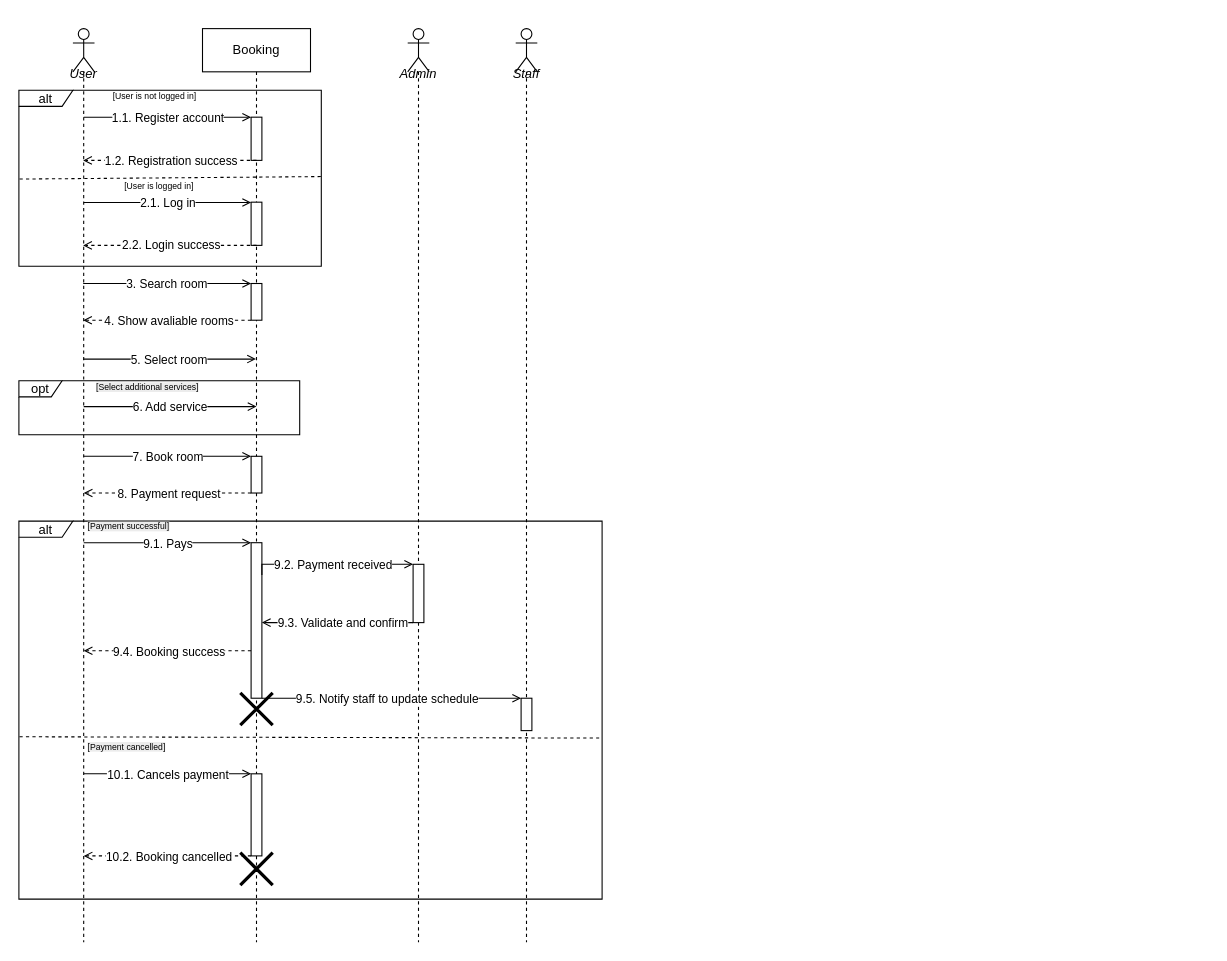
Before: Lab3/Sequence Diagram.drawio in M1RVKL/MavpoLabs, a draw.io diagram. Source tidied: cells renumbered, new cells numbered last; positions are measured from the earlier drawing's top-left corner, leaving out a move shared by most shapes. Both pictures are drawn from the tidied source at 108%, with x=0, y=0 at pixel (18, 28).
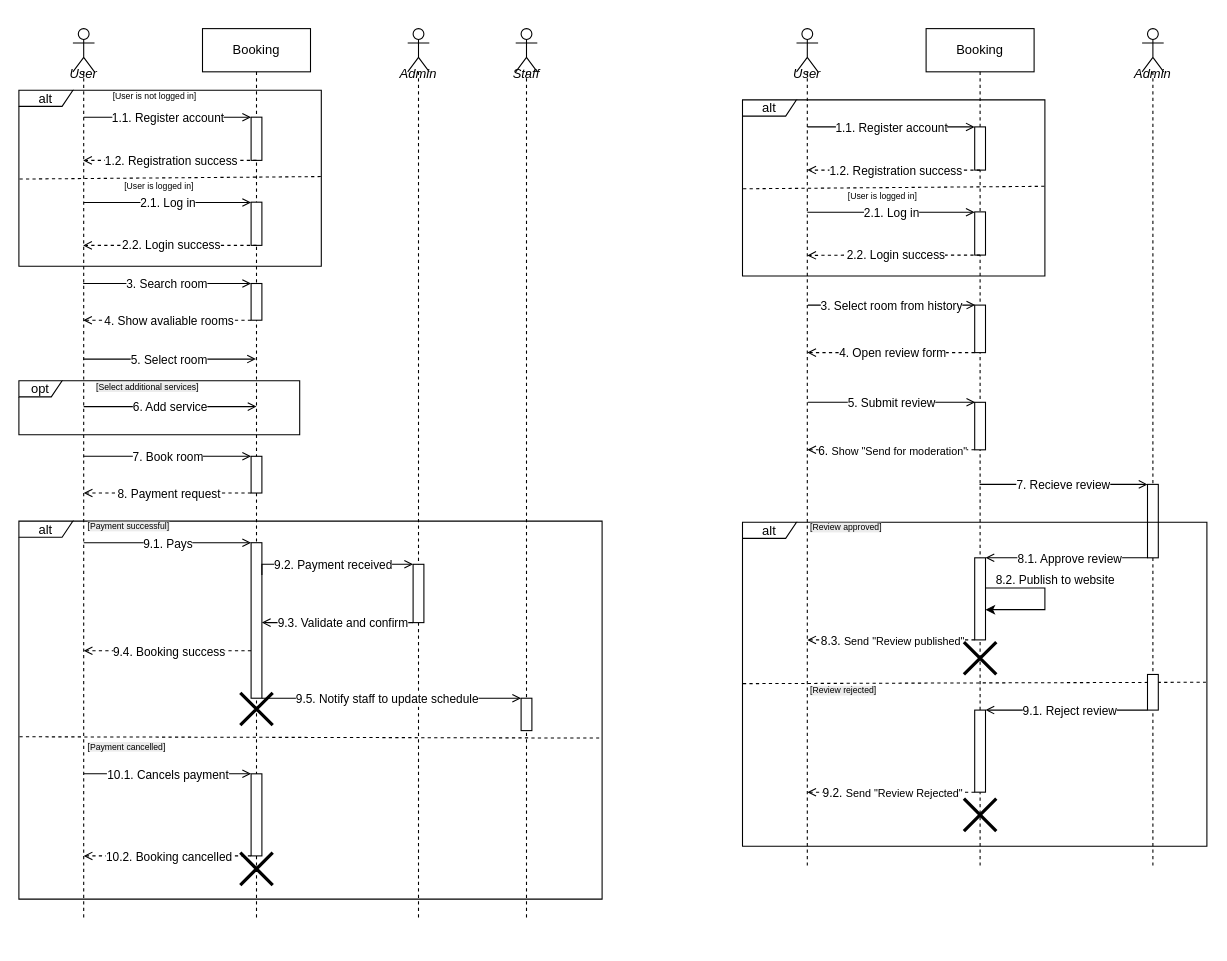
Above is the later version.

Commit message:
Review scenario added.drawio

Change to the diagram source:
```diff
@@
     <mxCell id="2" value="Booking" style="shape=umlLifeline;perimeter=lifelinePerimeter;whiteSpace=wrap;html=1;outlineConnect=0;portConstraint=eastwest;newEdgeStyle={&quot;curved&quot;:0,&quot;rounded&quot;:0};" parent="1" vertex="1">
-      <mxGeometry x="170" width="100" height="846" as="geometry" />
+      <mxGeometry x="170" width="100" height="826" as="geometry" />
     </mxCell>
@@
     <mxCell id="7" value="&lt;div&gt;&lt;br&gt;&lt;/div&gt;&lt;div&gt;&lt;br&gt;&lt;/div&gt;&lt;div&gt;&lt;br&gt;&lt;/div&gt;&lt;div style=&quot;&quot;&gt;&lt;span style=&quot;background-color: transparent; color: light-dark(rgb(0, 0, 0), rgb(255, 255, 255));&quot;&gt;&lt;i style=&quot;&quot;&gt;User&lt;/i&gt;&lt;/span&gt;&lt;/div&gt;" style="shape=umlLifeline;perimeter=lifelinePerimeter;whiteSpace=wrap;html=1;outlineConnect=0;portConstraint=eastwest;newEdgeStyle={&quot;curved&quot;:0,&quot;rounded&quot;:0};participant=umlActor;" parent="1" vertex="1">
-      <mxGeometry x="50" width="20" height="846" as="geometry" />
+      <mxGeometry x="50" width="20" height="826" as="geometry" />
     </mxCell>
     <mxCell id="8" value="&lt;div&gt;&lt;br&gt;&lt;/div&gt;&lt;div&gt;&lt;br&gt;&lt;/div&gt;&lt;div&gt;&lt;br&gt;&lt;/div&gt;&lt;i style=&quot;&quot;&gt;Admin&lt;/i&gt;" style="shape=umlLifeline;perimeter=lifelinePerimeter;whiteSpace=wrap;html=1;newEdgeStyle={&quot;curved&quot;:0,&quot;rounded&quot;:0};participant=umlActor;size=40;" parent="1" vertex="1">
-      <mxGeometry x="360" width="20" height="846" as="geometry" />
+      <mxGeometry x="360" width="20" height="826" as="geometry" />
     </mxCell>
@@
     <mxCell id="10" value="&lt;div&gt;&lt;br&gt;&lt;/div&gt;&lt;div&gt;&lt;br&gt;&lt;/div&gt;&lt;div&gt;&lt;br&gt;&lt;/div&gt;&lt;i style=&quot;&quot;&gt;Staff&lt;/i&gt;" style="shape=umlLifeline;perimeter=lifelinePerimeter;whiteSpace=wrap;html=1;newEdgeStyle={&quot;curved&quot;:0,&quot;rounded&quot;:0};participant=umlActor;size=40;" parent="1" vertex="1">
-      <mxGeometry x="460" width="20" height="846" as="geometry" />
+      <mxGeometry x="460" width="20" height="826" as="geometry" />
     </mxCell>
@@
+    <mxCell id="60" value="&lt;div&gt;&lt;br&gt;&lt;/div&gt;&lt;div&gt;&lt;br&gt;&lt;/div&gt;&lt;div&gt;&lt;br&gt;&lt;/div&gt;&lt;div style=&quot;&quot;&gt;&lt;span style=&quot;background-color: transparent; color: light-dark(rgb(0, 0, 0), rgb(255, 255, 255));&quot;&gt;&lt;i style=&quot;&quot;&gt;User&lt;/i&gt;&lt;/span&gt;&lt;/div&gt;" style="shape=umlLifeline;perimeter=lifelinePerimeter;whiteSpace=wrap;html=1;newEdgeStyle={&quot;curved&quot;:0,&quot;rounded&quot;:0};participant=umlActor;" parent="1" vertex="1">
+      <mxGeometry x="720" width="20" height="776" as="geometry" />
+    </mxCell>
+    <mxCell id="61" value="&lt;div&gt;&lt;br&gt;&lt;/div&gt;&lt;div&gt;&lt;br&gt;&lt;/div&gt;&lt;div&gt;&lt;br&gt;&lt;/div&gt;&lt;i style=&quot;&quot;&gt;Admin&lt;/i&gt;" style="shape=umlLifeline;perimeter=lifelinePerimeter;whiteSpace=wrap;html=1;newEdgeStyle={&quot;curved&quot;:0,&quot;rounded&quot;:0};participant=umlActor;size=40;" parent="1" vertex="1">
+      <mxGeometry x="1040" width="20" height="776" as="geometry" />
+    </mxCell>
+    <mxCell id="62" style="html=1;perimeter=orthogonalPerimeter;targetShapes=umlLifeline;newEdgeStyle={&quot;curved&quot;:0,&quot;rounded&quot;:0};" parent="61" vertex="1">
+      <mxGeometry x="5" y="422" width="10" height="68" as="geometry" />
+    </mxCell>
+    <mxCell id="63" value="Booking" style="shape=umlLifeline;perimeter=lifelinePerimeter;whiteSpace=wrap;html=1;outlineConnect=0;portConstraint=eastwest;newEdgeStyle={&quot;curved&quot;:0,&quot;rounded&quot;:0};" parent="1" vertex="1">
+      <mxGeometry x="840" width="100" height="776" as="geometry" />
+    </mxCell>
+    <mxCell id="64" style="html=1;perimeter=orthogonalPerimeter;targetShapes=umlLifeline;newEdgeStyle={&quot;curved&quot;:0,&quot;rounded&quot;:0};" parent="63" vertex="1">
+      <mxGeometry x="45" y="256" width="10" height="44" as="geometry" />
+    </mxCell>
+    <mxCell id="65" style="html=1;perimeter=orthogonalPerimeter;targetShapes=umlLifeline;newEdgeStyle={&quot;curved&quot;:0,&quot;rounded&quot;:0};" parent="63" vertex="1">
+      <mxGeometry x="45" y="346" width="10" height="44" as="geometry" />
+    </mxCell>
+    <mxCell id="66" style="edgeStyle=orthogonalEdgeStyle;rounded=0;orthogonalLoop=1;jettySize=auto;html=1;curved=0;endArrow=open;endFill=0;" parent="63" edge="1">
+      <mxGeometry relative="1" as="geometry">
+        <mxPoint x="-109.5" y="346" as="sourcePoint" />
+        <mxPoint x="45.5" y="346" as="targetPoint" />
+        <Array as="points">
+          <mxPoint x="-69.5" y="346" />
+          <mxPoint x="-69.5" y="346" />
+        </Array>
+      </mxGeometry>
+    </mxCell>
+    <mxCell id="67" value="5. Submit review" style="edgeLabel;html=1;align=center;verticalAlign=middle;" parent="66" vertex="1">
+      <mxGeometry x="-0.12" relative="1" as="geometry">
+        <mxPoint x="9" as="offset" />
+      </mxGeometry>
+    </mxCell>
+    <mxCell id="68" style="edgeStyle=orthogonalEdgeStyle;rounded=0;orthogonalLoop=1;jettySize=auto;html=1;curved=0;endArrow=open;endFill=0;dashed=1;" parent="63" edge="1">
+      <mxGeometry relative="1" as="geometry">
+        <mxPoint x="45" y="390" as="sourcePoint" />
+        <mxPoint x="-110" y="390" as="targetPoint" />
+        <Array as="points">
+          <mxPoint x="-70" y="390" />
+          <mxPoint x="-70" y="390" />
+        </Array>
+      </mxGeometry>
+    </mxCell>
+    <mxCell id="69" value="6. &lt;font style=&quot;font-size: 10px;&quot;&gt;&lt;font style=&quot;&quot;&gt;Show &quot;Send for moderation&lt;/font&gt;&quot;&lt;/font&gt;" style="edgeLabel;html=1;align=center;verticalAlign=middle;" parent="68" vertex="1">
+      <mxGeometry x="-0.12" relative="1" as="geometry">
+        <mxPoint x="-9" as="offset" />
+      </mxGeometry>
+    </mxCell>
+    <mxCell id="70" style="html=1;perimeter=orthogonalPerimeter;targetShapes=umlLifeline;newEdgeStyle={&quot;curved&quot;:0,&quot;rounded&quot;:0};" parent="1" vertex="1">
+      <mxGeometry x="885" y="91" width="10" height="40" as="geometry" />
+    </mxCell>
+    <mxCell id="71" style="edgeStyle=orthogonalEdgeStyle;rounded=0;orthogonalLoop=1;jettySize=auto;html=1;curved=0;endArrow=open;endFill=0;" parent="1" edge="1">
+      <mxGeometry relative="1" as="geometry">
+        <mxPoint x="730" y="91" as="sourcePoint" />
+        <mxPoint x="885" y="91" as="targetPoint" />
+        <Array as="points">
+          <mxPoint x="730" y="91" />
+        </Array>
+      </mxGeometry>
+    </mxCell>
+    <mxCell id="72" value="1.1. Register account" style="edgeLabel;html=1;align=center;verticalAlign=middle;" parent="71" vertex="1">
+      <mxGeometry x="-0.12" relative="1" as="geometry">
+        <mxPoint x="9" as="offset" />
+      </mxGeometry>
+    </mxCell>
+    <mxCell id="73" style="edgeStyle=orthogonalEdgeStyle;rounded=0;orthogonalLoop=1;jettySize=auto;html=1;curved=0;endArrow=open;endFill=0;dashed=1;" parent="1" edge="1">
+      <mxGeometry relative="1" as="geometry">
+        <mxPoint x="890" y="131" as="sourcePoint" />
+        <mxPoint x="730" y="131" as="targetPoint" />
+        <Array as="points">
+          <mxPoint x="770" y="131" />
+          <mxPoint x="770" y="131" />
+        </Array>
+      </mxGeometry>
+    </mxCell>
+    <mxCell id="74" value="1.2. Registration success" style="edgeLabel;html=1;align=center;verticalAlign=middle;" parent="73" vertex="1">
+      <mxGeometry x="-0.12" relative="1" as="geometry">
+        <mxPoint x="-9" as="offset" />
+      </mxGeometry>
+    </mxCell>
+    <mxCell id="75" value="alt" style="shape=umlFrame;whiteSpace=wrap;html=1;width=50;height=15;" parent="1" vertex="1">
+      <mxGeometry x="670" y="66" width="280" height="163" as="geometry" />
+    </mxCell>
+    <mxCell id="76" style="endArrow=none;dashed=1;html=1;rounded=0;exitX=0.002;exitY=0.505;exitDx=0;exitDy=0;exitPerimeter=0;" parent="1" edge="1" source="75">
+      <mxGeometry relative="1" as="geometry">
+        <mxPoint x="950" y="146" as="targetPoint" />
+      </mxGeometry>
+    </mxCell>
+    <mxCell id="77" value="&lt;font style=&quot;font-size: 8px;&quot;&gt;[User is logged in]&lt;/font&gt;" style="text;html=1;whiteSpace=wrap;strokeColor=none;fillColor=none;align=center;verticalAlign=middle;rounded=0;" parent="1" vertex="1">
+      <mxGeometry x="740" y="139" width="120" height="30" as="geometry" />
+    </mxCell>
+    <mxCell id="78" style="html=1;points=[[0,0,0,0,5],[0,1,0,0,-5],[1,0,0,0,5],[1,1,0,0,-5]];perimeter=orthogonalPerimeter;outlineConnect=0;targetShapes=umlLifeline;portConstraint=eastwest;newEdgeStyle={&quot;curved&quot;:0,&quot;rounded&quot;:0};" parent="1" vertex="1">
+      <mxGeometry x="885" y="169.7" width="10" height="40" as="geometry" />
+    </mxCell>
+    <mxCell id="79" style="edgeStyle=orthogonalEdgeStyle;rounded=0;jettySize=auto;html=1;curved=0;endArrow=open;endFill=0;" parent="1" edge="1" target="78">
+      <mxGeometry relative="1" as="geometry">
+        <mxPoint x="730" y="170" as="sourcePoint" />
+        <Array as="points">
+          <mxPoint x="740" y="169.7" />
+          <mxPoint x="740" y="169.7" />
+        </Array>
+      </mxGeometry>
+    </mxCell>
+    <mxCell id="80" value="2.1. Log in" style="edgeLabel;html=1;align=center;verticalAlign=middle;" parent="79" vertex="1">
+      <mxGeometry x="-0.12" relative="1" as="geometry">
+        <mxPoint x="9" as="offset" />
+      </mxGeometry>
+    </mxCell>
+    <mxCell id="81" style="edgeStyle=orthogonalEdgeStyle;rounded=0;orthogonalLoop=1;jettySize=auto;html=1;curved=0;endArrow=open;endFill=0;dashed=1;" parent="1" edge="1">
+      <mxGeometry relative="1" as="geometry">
+        <mxPoint x="890" y="209.7" as="sourcePoint" />
+        <mxPoint x="730" y="210" as="targetPoint" />
+        <Array as="points">
+          <mxPoint x="770" y="210" />
+          <mxPoint x="770" y="210" />
+        </Array>
+      </mxGeometry>
+    </mxCell>
+    <mxCell id="82" value="2.2. Login success" style="edgeLabel;html=1;align=center;verticalAlign=middle;" parent="81" vertex="1">
+      <mxGeometry x="-0.12" relative="1" as="geometry">
+        <mxPoint x="-9" as="offset" />
+      </mxGeometry>
+    </mxCell>
+    <mxCell id="83" style="edgeStyle=orthogonalEdgeStyle;rounded=0;orthogonalLoop=1;jettySize=auto;html=1;curved=0;endArrow=open;endFill=0;" parent="1" edge="1">
+      <mxGeometry relative="1" as="geometry">
+        <mxPoint x="730.5" y="256" as="sourcePoint" />
+        <mxPoint x="885.5" y="256" as="targetPoint" />
+        <Array as="points">
+          <mxPoint x="770.5" y="256" />
+          <mxPoint x="770.5" y="256" />
+        </Array>
+      </mxGeometry>
+    </mxCell>
+    <mxCell id="84" value="3. Select room from history" style="edgeLabel;html=1;align=center;verticalAlign=middle;" parent="83" vertex="1">
+      <mxGeometry x="-0.12" relative="1" as="geometry">
+        <mxPoint x="9" as="offset" />
+      </mxGeometry>
+    </mxCell>
+    <mxCell id="85" style="edgeStyle=orthogonalEdgeStyle;rounded=0;orthogonalLoop=1;jettySize=auto;html=1;curved=0;endArrow=open;endFill=0;dashed=1;" parent="1" edge="1">
+      <mxGeometry relative="1" as="geometry">
+        <mxPoint x="885" y="300" as="sourcePoint" />
+        <mxPoint x="730" y="300" as="targetPoint" />
+        <Array as="points">
+          <mxPoint x="770" y="300" />
+          <mxPoint x="770" y="300" />
+        </Array>
+      </mxGeometry>
+    </mxCell>
+    <mxCell id="86" value="4. Open review form" style="edgeLabel;html=1;align=center;verticalAlign=middle;" parent="85" vertex="1">
+      <mxGeometry x="-0.12" relative="1" as="geometry">
+        <mxPoint x="-9" as="offset" />
+      </mxGeometry>
+    </mxCell>
+    <mxCell id="87" style="edgeStyle=orthogonalEdgeStyle;rounded=0;jettySize=auto;html=1;curved=0;endArrow=open;endFill=0;" parent="1" edge="1" source="63">
+      <mxGeometry relative="1" as="geometry">
+        <mxPoint x="1045" y="422" as="targetPoint" />
+        <Array as="points">
+          <mxPoint x="940" y="422" />
+          <mxPoint x="940" y="422" />
+        </Array>
+      </mxGeometry>
+    </mxCell>
+    <mxCell id="88" value="7. Recieve review" style="edgeLabel;html=1;align=center;verticalAlign=middle;" parent="87" vertex="1">
+      <mxGeometry x="-0.12" relative="1" as="geometry">
+        <mxPoint x="9" as="offset" />
+      </mxGeometry>
+    </mxCell>
+    <mxCell id="89" value="alt" style="shape=umlFrame;whiteSpace=wrap;html=1;width=50;height=15;" parent="1" vertex="1">
+      <mxGeometry x="670" y="457" width="430" height="300" as="geometry" />
+    </mxCell>
+    <mxCell id="90" value="&lt;span style=&quot;color: rgb(0, 0, 0); font-family: Helvetica; font-size: 8px; font-style: normal; font-variant-ligatures: normal; font-variant-caps: normal; font-weight: 400; letter-spacing: normal; orphans: 2; text-align: center; text-indent: 0px; text-transform: none; widows: 2; word-spacing: 0px; -webkit-text-stroke-width: 0px; white-space: normal; background-color: rgb(236, 236, 236); text-decoration-thickness: initial; text-decoration-style: initial; text-decoration-color: initial; float: none; display: inline !important;&quot;&gt;[Review approved]&lt;/span&gt;" style="text;whiteSpace=wrap;html=1;" parent="1" vertex="1">
+      <mxGeometry x="731" y="447" width="88" height="20" as="geometry" />
+    </mxCell>
+    <mxCell id="91" style="edgeStyle=orthogonalEdgeStyle;rounded=0;jettySize=auto;html=1;curved=0;endArrow=open;endFill=0;" parent="1" edge="1" target="93">
+      <mxGeometry relative="1" as="geometry">
+        <mxPoint x="1045" y="490" as="sourcePoint" />
+        <Array as="points">
+          <mxPoint x="930" y="490" />
+          <mxPoint x="930" y="490" />
+        </Array>
+      </mxGeometry>
+    </mxCell>
+    <mxCell id="92" value="8.1. Approve review" style="edgeLabel;html=1;align=center;verticalAlign=middle;" parent="91" vertex="1">
+      <mxGeometry x="-0.12" relative="1" as="geometry">
+        <mxPoint x="-7" as="offset" />
+      </mxGeometry>
+    </mxCell>
+    <mxCell id="93" style="html=1;points=[[0,0,0,0,5],[0,1,0,0,-5],[1,0,0,0,5],[1,1,0,0,-5]];perimeter=orthogonalPerimeter;outlineConnect=0;targetShapes=umlLifeline;portConstraint=eastwest;newEdgeStyle={&quot;curved&quot;:0,&quot;rounded&quot;:0};" parent="1" vertex="1">
+      <mxGeometry x="885" y="490" width="10" height="76" as="geometry" />
+    </mxCell>
+    <mxCell id="94" style="edgeStyle=orthogonalEdgeStyle;rounded=0;orthogonalLoop=1;jettySize=auto;html=1;curved=0;" parent="1" edge="1" source="93" target="93">
+      <mxGeometry relative="1" as="geometry">
+        <Array as="points">
+          <mxPoint x="950" y="526" />
+        </Array>
+      </mxGeometry>
+    </mxCell>
+    <mxCell id="95" value="8.2. Publish to website" style="text;html=1;whiteSpace=wrap;strokeColor=none;fillColor=none;align=center;verticalAlign=middle;rounded=0;fontSize=11;" parent="1" vertex="1">
+      <mxGeometry x="895" y="496" width="130" height="30" as="geometry" />
+    </mxCell>
+    <mxCell id="96" style="edgeStyle=orthogonalEdgeStyle;rounded=0;orthogonalLoop=1;jettySize=auto;html=1;curved=0;endArrow=open;endFill=0;dashed=1;" parent="1" edge="1">
+      <mxGeometry relative="1" as="geometry">
+        <mxPoint x="885" y="566" as="sourcePoint" />
+        <mxPoint x="730" y="566" as="targetPoint" />
+        <Array as="points">
+          <mxPoint x="770" y="566" />
+          <mxPoint x="770" y="566" />
+        </Array>
+      </mxGeometry>
+    </mxCell>
+    <mxCell id="97" value="8.3. &lt;font style=&quot;font-size: 10px;&quot;&gt;Send &quot;Review published&quot;&lt;/font&gt;" style="edgeLabel;html=1;align=center;verticalAlign=middle;" parent="96" vertex="1">
+      <mxGeometry x="-0.12" relative="1" as="geometry">
+        <mxPoint x="-9" as="offset" />
+      </mxGeometry>
+    </mxCell>
+    <mxCell id="98" style="endArrow=none;dashed=1;html=1;rounded=0;exitX=0.001;exitY=0.625;exitDx=0;exitDy=0;exitPerimeter=0;entryX=0.998;entryY=0.62;entryDx=0;entryDy=0;entryPerimeter=0;" parent="1" edge="1">
+      <mxGeometry relative="1" as="geometry">
+        <mxPoint x="670.4" y="606.5" as="sourcePoint" />
+        <mxPoint x="1099.1" y="605.2" as="targetPoint" />
+      </mxGeometry>
+    </mxCell>
+    <mxCell id="99" value="&lt;span style=&quot;color: rgb(0, 0, 0); font-family: Helvetica; font-size: 8px; font-style: normal; font-variant-ligatures: normal; font-variant-caps: normal; font-weight: 400; letter-spacing: normal; orphans: 2; text-align: center; text-indent: 0px; text-transform: none; widows: 2; word-spacing: 0px; -webkit-text-stroke-width: 0px; white-space: normal; background-color: rgb(236, 236, 236); text-decoration-thickness: initial; text-decoration-style: initial; text-decoration-color: initial; float: none; display: inline !important;&quot;&gt;[Review rejected]&lt;/span&gt;" style="text;whiteSpace=wrap;html=1;" parent="1" vertex="1">
+      <mxGeometry x="731" y="598" width="88" height="20" as="geometry" />
+    </mxCell>
+    <mxCell id="100" style="html=1;perimeter=orthogonalPerimeter;targetShapes=umlLifeline;newEdgeStyle={&quot;curved&quot;:0,&quot;rounded&quot;:0};" parent="1" vertex="1">
+      <mxGeometry x="1045" y="598" width="10" height="33" as="geometry" />
+    </mxCell>
+    <mxCell id="101" style="edgeStyle=orthogonalEdgeStyle;rounded=0;jettySize=auto;html=1;curved=0;endArrow=open;endFill=0;" parent="1" edge="1" target="103">
+      <mxGeometry relative="1" as="geometry">
+        <mxPoint x="1045" y="631" as="sourcePoint" />
+        <Array as="points">
+          <mxPoint x="930" y="631" />
+          <mxPoint x="930" y="631" />
+        </Array>
+      </mxGeometry>
+    </mxCell>
+    <mxCell id="102" value="9.1. Reject review" style="edgeLabel;html=1;align=center;verticalAlign=middle;" parent="101" vertex="1">
+      <mxGeometry x="-0.12" relative="1" as="geometry">
+        <mxPoint x="-7" as="offset" />
+      </mxGeometry>
+    </mxCell>
+    <mxCell id="103" style="html=1;points=[[0,0,0,0,5],[0,1,0,0,-5],[1,0,0,0,5],[1,1,0,0,-5]];perimeter=orthogonalPerimeter;outlineConnect=0;targetShapes=umlLifeline;portConstraint=eastwest;newEdgeStyle={&quot;curved&quot;:0,&quot;rounded&quot;:0};" parent="1" vertex="1">
+      <mxGeometry x="885" y="631" width="10" height="76" as="geometry" />
+    </mxCell>
+    <mxCell id="104" style="edgeStyle=orthogonalEdgeStyle;rounded=0;orthogonalLoop=1;jettySize=auto;html=1;curved=0;endArrow=open;endFill=0;dashed=1;" parent="1" edge="1">
+      <mxGeometry relative="1" as="geometry">
+        <mxPoint x="885" y="707" as="sourcePoint" />
+        <mxPoint x="730" y="707" as="targetPoint" />
+        <Array as="points">
+          <mxPoint x="770" y="707" />
+          <mxPoint x="770" y="707" />
+        </Array>
+      </mxGeometry>
+    </mxCell>
+    <mxCell id="105" value="9.2. &lt;font style=&quot;font-size: 10px;&quot;&gt;Send &quot;Review Rejected&quot;&lt;/font&gt;" style="edgeLabel;html=1;align=center;verticalAlign=middle;" parent="104" vertex="1">
+      <mxGeometry x="-0.12" relative="1" as="geometry">
+        <mxPoint x="-9" as="offset" />
+      </mxGeometry>
+    </mxCell>
+    <mxCell id="106" style="shape=umlDestroy;whiteSpace=wrap;html=1;strokeWidth=3;targetShapes=umlLifeline;" parent="1" vertex="1">
+      <mxGeometry x="875" y="568" width="30" height="30" as="geometry" />
+    </mxCell>
+    <mxCell id="107" style="shape=umlDestroy;whiteSpace=wrap;html=1;strokeWidth=3;targetShapes=umlLifeline;" parent="1" vertex="1">
+      <mxGeometry x="875" y="713" width="30" height="30" as="geometry" />
+    </mxCell>
```
